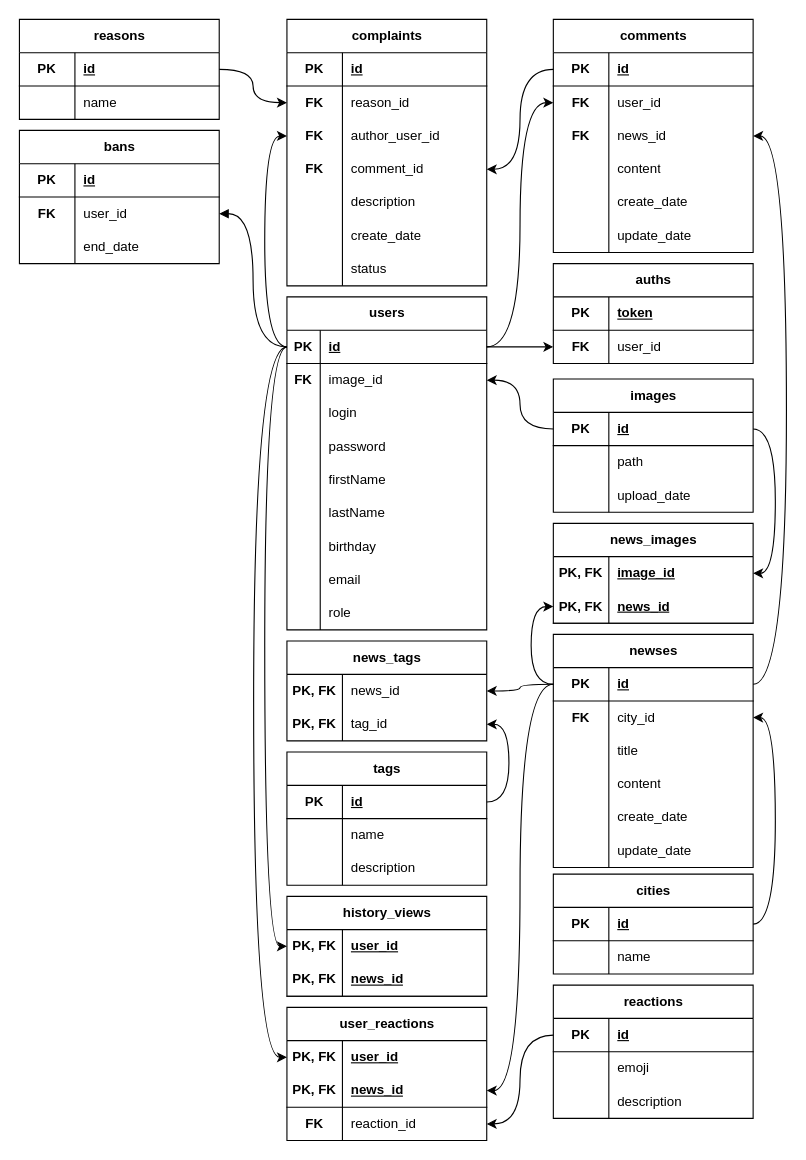
Before: page "Логическая" (2 of 3) of docs/report/res/модели базы данных/Копия Модели базы данных.drawio in Zamelane/course-project-4, a draw.io diagram. Source tidied: cells renumbered, new cells numbered last; positions are measured from the earlier drawing's top-left corner, leaving out a move shared by most shapes. Both pictures are drawn from the tidied source at 111%, with x=0, y=0 at pixel (19, 19).
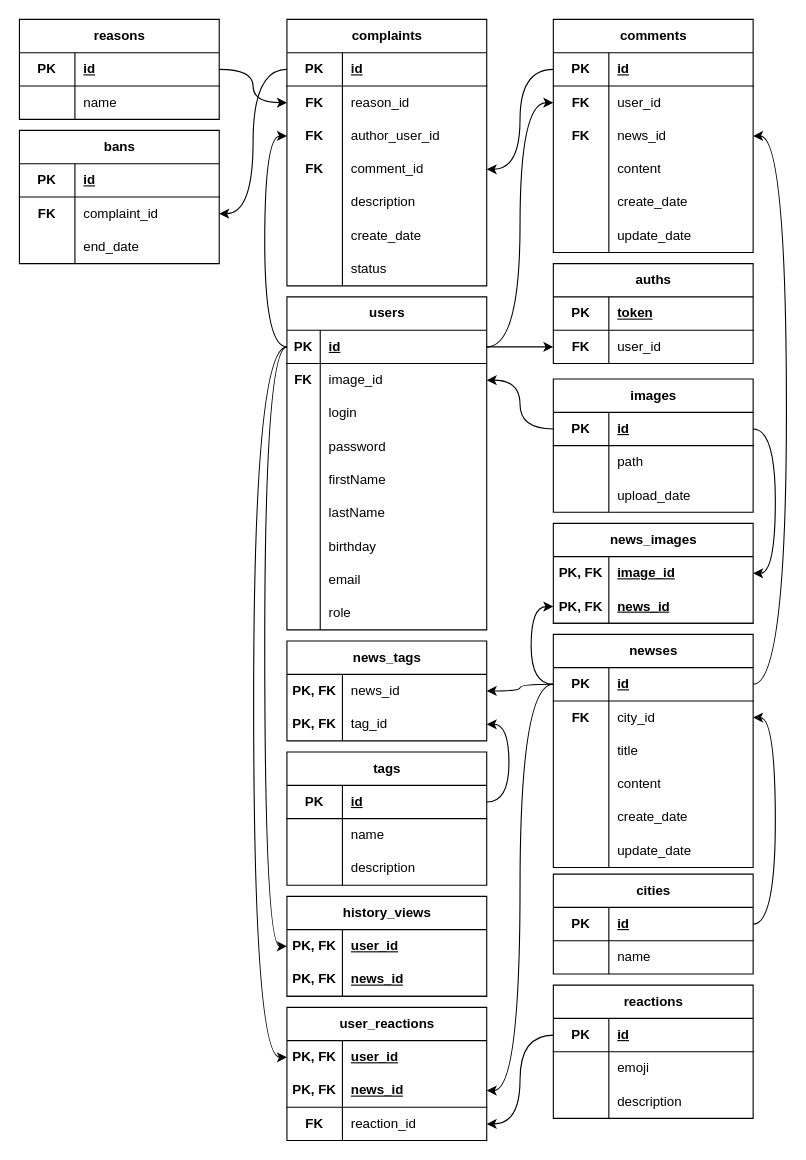
The same diagram, later.

Unchanged cells that the change refers to:
```xml
<mxCell id="3" style="shape=tableRow;horizontal=0;startSize=0;swimlaneHead=0;swimlaneBody=0;fillColor=none;points=[[0,0.5],[1,0.5]];portConstraint=eastwest;top=0;left=0;right=0;bottom=1;perimeterSpacing=0;strokeColor=default;" parent="2" vertex="1">
  <mxGeometry y="30" width="180" height="30" as="geometry" />
</mxCell>
<mxCell id="103" style="shape=tableRow;horizontal=0;startSize=0;swimlaneHead=0;swimlaneBody=0;fillColor=none;points=[[0,0.5],[1,0.5]];portConstraint=eastwest;top=0;left=0;right=0;bottom=1;perimeterSpacing=0;strokeColor=default;" parent="102" vertex="1">
  <mxGeometry y="30" width="180" height="30" as="geometry" />
</mxCell>
<mxCell id="188" style="shape=tableRow;horizontal=0;startSize=0;swimlaneHead=0;swimlaneBody=0;fillColor=none;points=[[0,0.5],[1,0.5]];portConstraint=eastwest;top=0;left=0;right=0;bottom=0;perimeterSpacing=0;strokeColor=default;" parent="184" vertex="1">
  <mxGeometry y="60" width="180" height="30" as="geometry" />
</mxCell>
```

Diff of the diagram source:
```diff
@@
-    <mxCell id="190" value="user_id" style="shape=partialRectangle;fillColor=none;top=0;left=0;bottom=0;right=0;align=left;spacingLeft=6;overflow=hidden;whiteSpace=wrap;html=1;perimeterSpacing=0;strokeColor=default;" parent="188" vertex="1">
+    <mxCell id="190" value="complaint_id" style="shape=partialRectangle;fillColor=none;top=0;left=0;bottom=0;right=0;align=left;spacingLeft=6;overflow=hidden;whiteSpace=wrap;html=1;perimeterSpacing=0;strokeColor=default;" parent="188" vertex="1">
       <mxGeometry x="50" width="130" height="30" as="geometry" />
     </mxCell>
@@
-    <mxCell id="199" style="edgeStyle=orthogonalEdgeStyle;shape=connector;curved=1;rounded=0;jettySize=auto;html=1;exitX=0;exitY=0.5;exitDx=0;exitDy=0;entryX=1;entryY=0.5;entryDx=0;entryDy=0;strokeColor=default;align=center;verticalAlign=middle;fontFamily=Helvetica;fontSize=11;fontColor=default;labelBackgroundColor=default;endArrow=block;endFill=1;" parent="1" edge="1" source="3" target="188">
-      <mxGeometry relative="1" as="geometry" />
-    </mxCell>
+    <mxCell id="200" style="edgeStyle=orthogonalEdgeStyle;rounded=0;jettySize=auto;html=1;exitX=0;exitY=0.5;exitDx=0;exitDy=0;entryX=1;entryY=0.5;entryDx=0;entryDy=0;curved=1;" parent="1" edge="1" source="103" target="188">
+      <mxGeometry relative="1" as="geometry" />
+    </mxCell>
```
